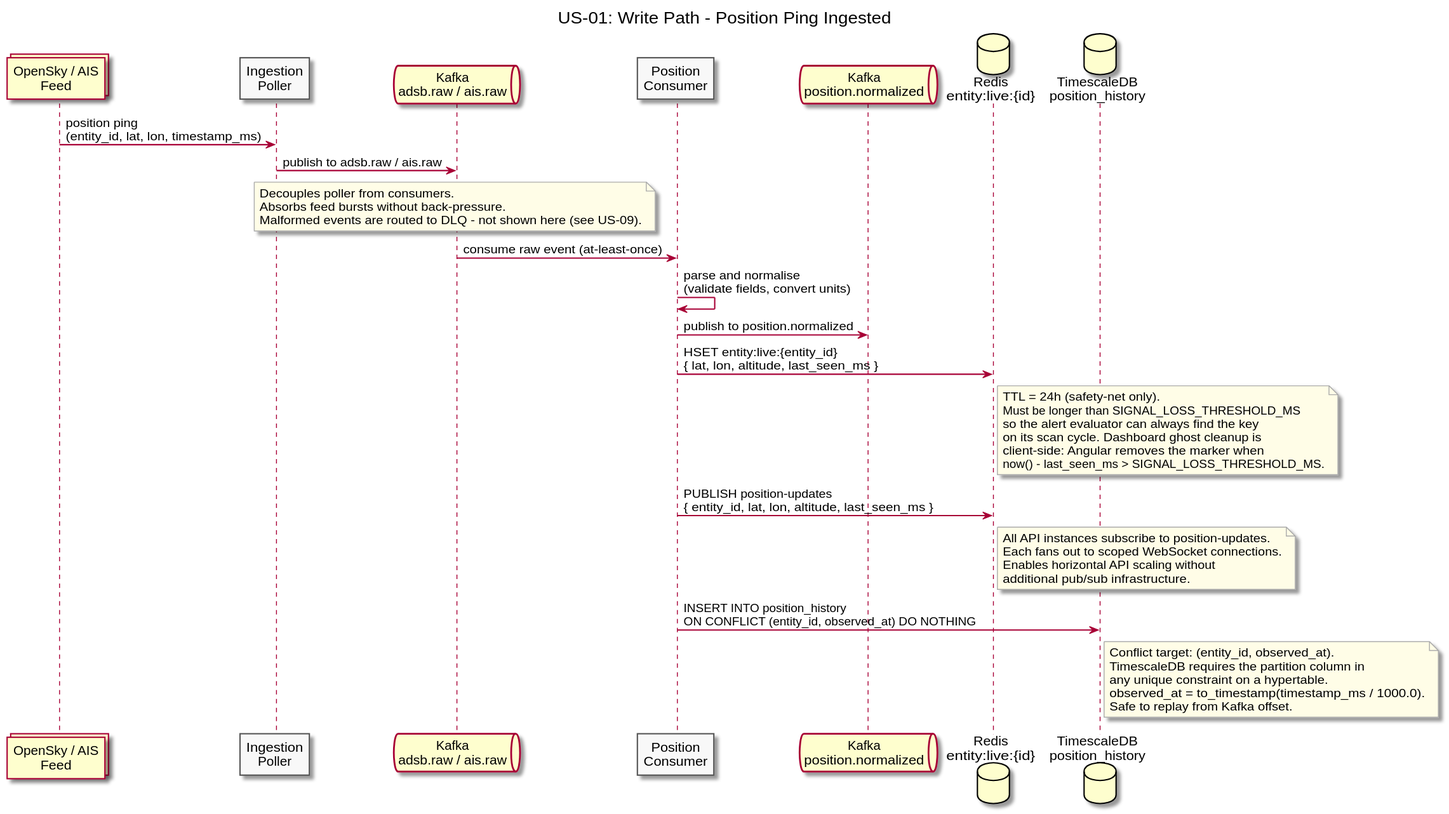
Buffden/sentinel keeps this PlantUML diagram as diagrams/docs/use-cases/US-01-live-entity-tracking/write-path.svg. Above is the earlier version.
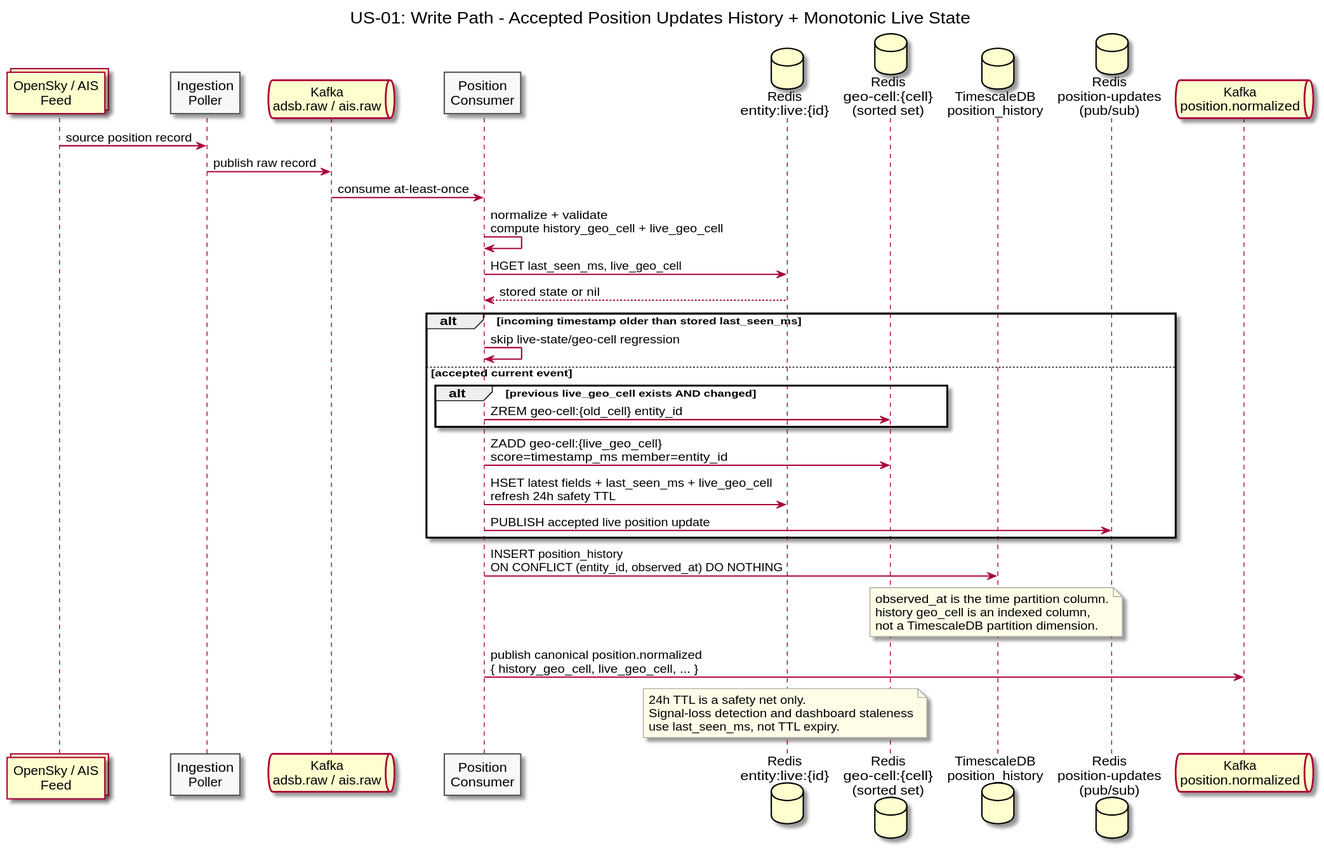
Above is the later version.

What changed in the source:
```diff
@@ -1,5 +1,5 @@
 @startuml write-path
-title US-01: Write Path - Position Ping Ingested
+title US-01: Write Path - Accepted Position Updates History + Monotonic Live State
 
 skinparam sequenceArrowThickness 1.5
 skinparam participantBorderColor #555555
@@ -11,51 +11,45 @@
 participant "Ingestion\nPoller" as Poller
 queue "Kafka\nadsb.raw / ais.raw" as KafkaRaw
 participant "Position\nConsumer" as Consumer
+database "Redis\nentity:live:{id}" as LiveState
+database "Redis\ngeo-cell:{cell}\n(sorted set)" as GeoCell
+database "TimescaleDB\nposition_history" as TSDB
+database "Redis\nposition-updates\n(pub/sub)" as PositionUpdates
 queue "Kafka\nposition.normalized" as KafkaNorm
-database "Redis\nentity:live:{id}" as Redis
-database "TimescaleDB\nposition_history" as TSDB
 
-Feed -> Poller : position ping\n(entity_id, lat, lon, timestamp_ms)
-Poller -> KafkaRaw : publish to adsb.raw / ais.raw
+Feed -> Poller : source position record
+Poller -> KafkaRaw : publish raw record
+KafkaRaw -> Consumer : consume at-least-once
 
-note over KafkaRaw
-  Decouples poller from consumers.
-  Absorbs feed bursts without back-pressure.
-  Malformed events are routed to DLQ - not shown here (see US-09).
+Consumer -> Consumer : normalize + validate\ncompute history_geo_cell + live_geo_cell
+Consumer -> LiveState : HGET last_seen_ms, live_geo_cell
+LiveState --> Consumer : stored state or nil
+
+alt incoming timestamp older than stored last_seen_ms
+  Consumer -> Consumer : skip live-state/geo-cell regression
+else accepted current event
+  alt previous live_geo_cell exists AND changed
+    Consumer -> GeoCell : ZREM geo-cell:{old_cell} entity_id
+  end
+  Consumer -> GeoCell : ZADD geo-cell:{live_geo_cell}\nscore=timestamp_ms member=entity_id
+  Consumer -> LiveState : HSET latest fields + last_seen_ms + live_geo_cell\nrefresh 24h safety TTL
+  Consumer -> PositionUpdates : PUBLISH accepted live position update
+end
+
+Consumer -> TSDB : INSERT position_history\nON CONFLICT (entity_id, observed_at) DO NOTHING
+
+note over TSDB
+  observed_at is the time partition column.
+  history geo_cell is an indexed column,
+  not a TimescaleDB partition dimension.
 end note
 
-KafkaRaw -> Consumer : consume raw event (at-least-once)
-Consumer -> Consumer : parse and normalise\n(validate fields, convert units)
-Consumer -> KafkaNorm : publish to position.normalized
+Consumer -> KafkaNorm : publish canonical position.normalized\n{ history_geo_cell, live_geo_cell, ... }
 
-Consumer -> Redis : HSET entity:live:{entity_id}\n{ lat, lon, altitude, last_seen_ms }
-
-note right of Redis
-  TTL = 24h (safety-net only).
-  Must be longer than SIGNAL_LOSS_THRESHOLD_MS
-  so the alert evaluator can always find the key
-  on its scan cycle. Dashboard ghost cleanup is
-  client-side: Angular removes the marker when
-  now() - last_seen_ms > SIGNAL_LOSS_THRESHOLD_MS.
-end note
-
-Consumer -> Redis : PUBLISH position-updates\n{ entity_id, lat, lon, altitude, last_seen_ms }
-
-note right of Redis
-  All API instances subscribe to position-updates.
-  Each fans out to scoped WebSocket connections.
-  Enables horizontal API scaling without
-  additional pub/sub infrastructure.
-end note
-
-Consumer -> TSDB : INSERT INTO position_history\nON CONFLICT (entity_id, observed_at) DO NOTHING
-
-note right of TSDB
-  Conflict target: (entity_id, observed_at).
-  TimescaleDB requires the partition column in
-  any unique constraint on a hypertable.
-  observed_at = to_timestamp(timestamp_ms / 1000.0).
-  Safe to replay from Kafka offset.
+note over LiveState
+  24h TTL is a safety net only.
+  Signal-loss detection and dashboard staleness
+  use last_seen_ms, not TTL expiry.
 end note
 
 @enduml
```
